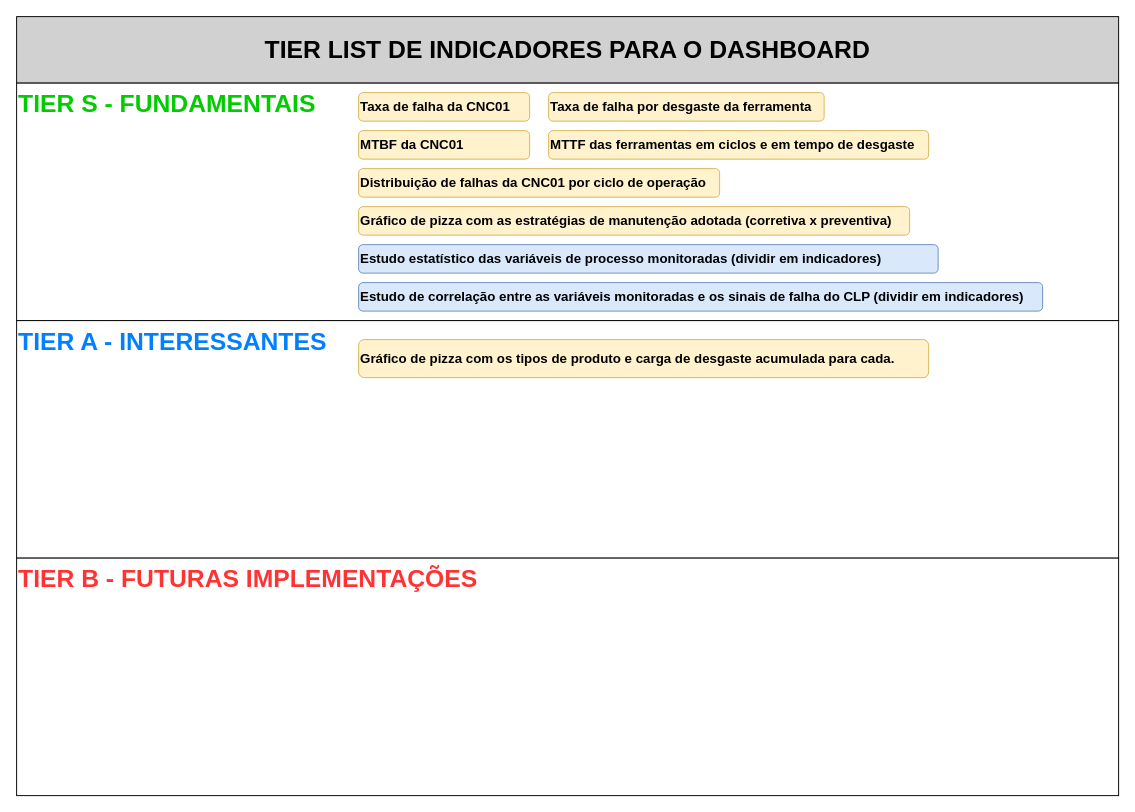
Before: page "Indicadores" (3 of 4) of doc/brainstorm_milling_pdm.drawio in ghperez/milling-pdm, a draw.io diagram. Source tidied: cells renumbered, new cells numbered last; positions are measured from the earlier drawing's top-left corner, leaving out a move shared by most shapes. Both pictures are drawn from the tidied source at 95%, with x=0, y=0 at pixel (16, 16).
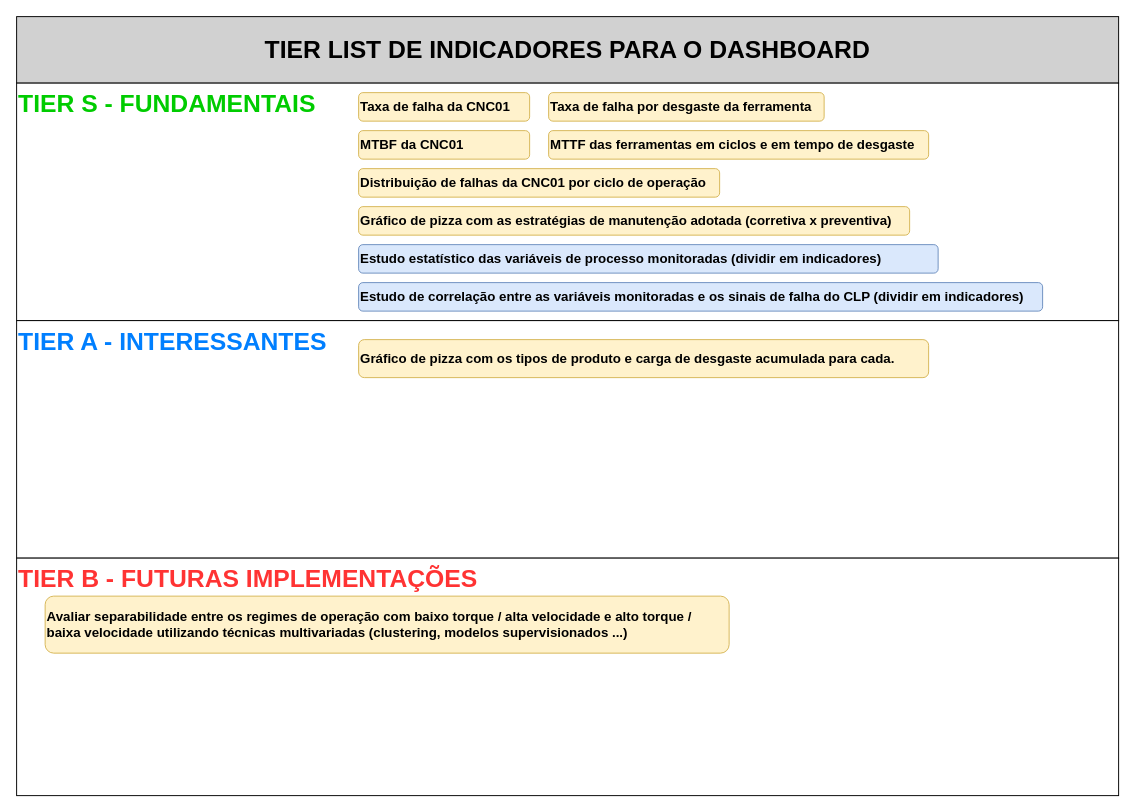
The same page after the edit.

The edit, as a diff of the source:
```diff
@@
 <mxGraphModel>
   <root>
     <mxCell id="0" />
     <mxCell id="1" parent="0" />
     <mxCell id="2" value="TIER LIST DE INDICADORES PARA O DASHBOARD" style="whiteSpace=wrap;html=1;fontSize=26;fontStyle=1;fillColor=light-dark(#d1d1d1, #ededed);" parent="1" vertex="1">
       <mxGeometry width="1160" height="70" as="geometry" />
     </mxCell>
     <mxCell id="3" value="TIER S - FUNDAMENTAIS" style="whiteSpace=wrap;html=1;fontSize=26;fontStyle=1;align=left;verticalAlign=top;fontColor=#00CC00;" parent="1" vertex="1">
       <mxGeometry y="70" width="1160" height="250" as="geometry" />
     </mxCell>
     <mxCell id="4" value="TIER A - INTERESSANTES" style="whiteSpace=wrap;html=1;fontSize=26;fontStyle=1;align=left;verticalAlign=top;fontColor=#007FFF;" parent="1" vertex="1">
       <mxGeometry y="320" width="1160" height="250" as="geometry" />
     </mxCell>
     <mxCell id="5" value="TIER B - FUTURAS IMPLEMENTAÇÕES" style="whiteSpace=wrap;html=1;fontSize=26;fontStyle=1;align=left;verticalAlign=top;fontColor=#FF3333;" parent="1" vertex="1">
       <mxGeometry y="570" width="1160" height="250" as="geometry" />
     </mxCell>
     <mxCell id="6" value="Taxa de falha da CNC01" style="rounded=1;whiteSpace=wrap;html=1;fillColor=#fff2cc;strokeColor=#d6b656;align=left;fontStyle=1;fontSize=14;" parent="1" vertex="1">
       <mxGeometry x="360" y="80" width="180" height="30" as="geometry" />
     </mxCell>
     <mxCell id="7" value="MTBF da CNC01" style="rounded=1;whiteSpace=wrap;html=1;fillColor=#fff2cc;strokeColor=#d6b656;align=left;fontStyle=1;fontSize=14;" parent="1" vertex="1">
       <mxGeometry x="360" y="120" width="180" height="30" as="geometry" />
     </mxCell>
     <mxCell id="8" value="Distribuição de falhas da CNC01 por ciclo de operação" style="rounded=1;whiteSpace=wrap;html=1;fillColor=#fff2cc;strokeColor=#d6b656;align=left;fontStyle=1;fontSize=14;" parent="1" vertex="1">
       <mxGeometry x="360" y="160" width="380" height="30" as="geometry" />
     </mxCell>
     <mxCell id="9" value="Gráfico de pizza com as estratégias de manutenção adotada (corretiva x preventiva)" style="rounded=1;whiteSpace=wrap;html=1;fillColor=#fff2cc;strokeColor=#d6b656;align=left;fontStyle=1;fontSize=14;" parent="1" vertex="1">
       <mxGeometry x="360" y="200" width="580" height="30" as="geometry" />
     </mxCell>
     <mxCell id="10" value="Estudo estatístico das variáveis de processo monitoradas (dividir em indicadores)" style="rounded=1;whiteSpace=wrap;html=1;fillColor=#dae8fc;strokeColor=#6c8ebf;align=left;fontStyle=1;fontSize=14;" parent="1" vertex="1">
       <mxGeometry x="360" y="240" width="610" height="30" as="geometry" />
     </mxCell>
     <mxCell id="11" value="Estudo de correlação entre as variáveis monitoradas e os sinais de falha do CLP (dividir em indicadores)" style="rounded=1;whiteSpace=wrap;html=1;fillColor=#dae8fc;strokeColor=#6c8ebf;align=left;fontStyle=1;fontSize=14;" parent="1" vertex="1">
       <mxGeometry x="360" y="280" width="720" height="30" as="geometry" />
     </mxCell>
     <mxCell id="12" value="Taxa de falha por desgaste da ferramenta" style="rounded=1;whiteSpace=wrap;html=1;fillColor=#fff2cc;strokeColor=#d6b656;align=left;fontStyle=1;fontSize=14;" parent="1" vertex="1">
       <mxGeometry x="560" y="80" width="290" height="30" as="geometry" />
     </mxCell>
     <mxCell id="13" value="MTTF das ferramentas em ciclos e em tempo de desgaste" style="rounded=1;whiteSpace=wrap;html=1;fillColor=#fff2cc;strokeColor=#d6b656;align=left;fontStyle=1;fontSize=14;" parent="1" vertex="1">
       <mxGeometry x="560" y="120" width="400" height="30" as="geometry" />
     </mxCell>
     <mxCell id="14" value="Gráfico de pizza com os tipos de produto e carga de desgaste acumulada para cada." style="rounded=1;whiteSpace=wrap;html=1;fillColor=#fff2cc;strokeColor=#d6b656;align=left;fontStyle=1;fontSize=14;" parent="1" vertex="1">
       <mxGeometry x="360" y="340" width="600" height="40" as="geometry" />
     </mxCell>
+    <mxCell id="15" value="Avaliar separabilidade entre os regimes de operação com baixo torque / alta velocidade e alto torque / baixa velocidade utilizando técnicas multivariadas (clustering, modelos supervisionados ...)" style="rounded=1;whiteSpace=wrap;html=1;fillColor=#fff2cc;strokeColor=#d6b656;align=left;fontStyle=1;fontSize=14;" parent="1" vertex="1">
+      <mxGeometry x="30" y="610" width="720" height="60" as="geometry" />
+    </mxCell>
   </root>
 </mxGraphModel>
```
